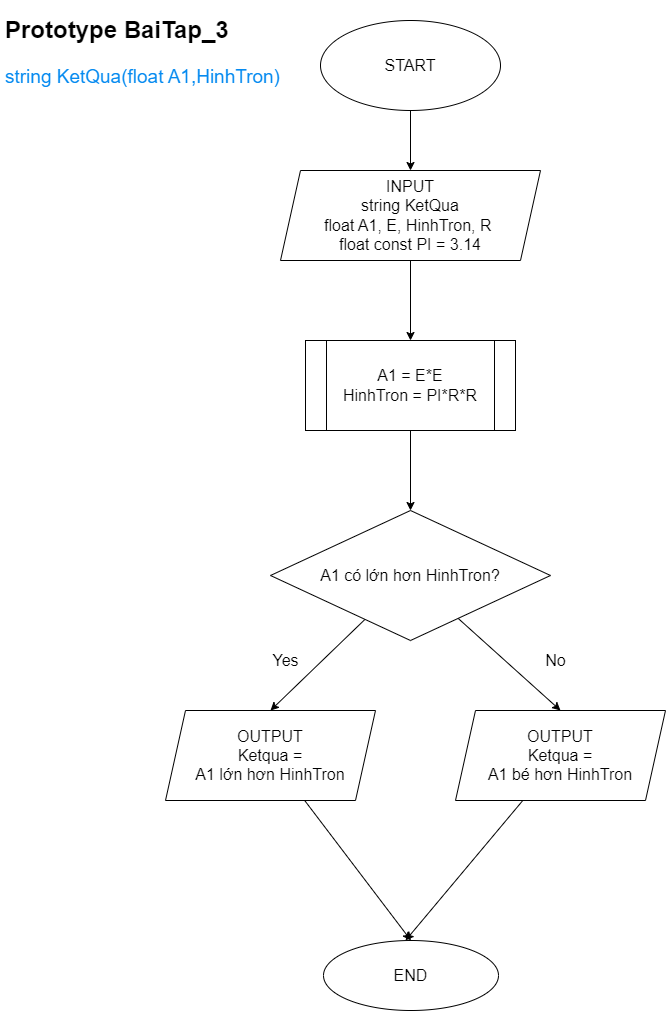
Earlier version of the draw.io export Lab_1/Bai_3/FlowBai_3_1.drawio.png (MinkWungNe/NLNNLT). Source tidied: cells renumbered, new cells last; positions are measured from the earlier drawing's top-left corner, leaving out a move shared by most shapes. Its diagram source:
```xml
<mxGraphModel>
  <root>
    <mxCell id="0" />
    <mxCell id="1" parent="0" />
    <mxCell id="2" style="edgeStyle=none;html=1;entryX=0.5;entryY=0;entryDx=0;entryDy=0;fontSize=16;" parent="1" edge="1" source="3" target="5">
      <mxGeometry relative="1" as="geometry" />
    </mxCell>
    <mxCell id="3" value="START" style="ellipse;whiteSpace=wrap;html=1;fontSize=16;" parent="1" vertex="1">
      <mxGeometry x="320" y="10" width="180" height="90" as="geometry" />
    </mxCell>
    <mxCell id="4" style="edgeStyle=none;html=1;entryX=0.5;entryY=0;entryDx=0;entryDy=0;fontSize=16;" parent="1" edge="1" source="5" target="7">
      <mxGeometry relative="1" as="geometry" />
    </mxCell>
    <mxCell id="5" value="INPUT&lt;br&gt;string KetQua&lt;br&gt;float A1, E, HinhTron, R&amp;nbsp;&lt;br&gt;float const PI = 3.14" style="shape=parallelogram;perimeter=parallelogramPerimeter;whiteSpace=wrap;html=1;fixedSize=1;fontSize=16;" parent="1" vertex="1">
      <mxGeometry x="280" y="160" width="260" height="90" as="geometry" />
    </mxCell>
    <mxCell id="6" style="edgeStyle=none;html=1;fontSize=16;" parent="1" edge="1" source="7" target="10">
      <mxGeometry relative="1" as="geometry" />
    </mxCell>
    <mxCell id="7" value="A1 = E*E&lt;br&gt;HinhTron = PI*R*R" style="shape=process;whiteSpace=wrap;html=1;backgroundOutline=1;fontSize=16;" parent="1" vertex="1">
      <mxGeometry x="305" y="330" width="210" height="90" as="geometry" />
    </mxCell>
    <mxCell id="8" style="edgeStyle=none;html=1;entryX=0.5;entryY=0;entryDx=0;entryDy=0;fontSize=16;" parent="1" edge="1" source="10" target="12">
      <mxGeometry relative="1" as="geometry" />
    </mxCell>
    <mxCell id="9" style="edgeStyle=none;html=1;entryX=0.5;entryY=0;entryDx=0;entryDy=0;fontSize=16;" parent="1" edge="1" source="10" target="14">
      <mxGeometry relative="1" as="geometry" />
    </mxCell>
    <mxCell id="10" value="A1 có lớn hơn HinhTron?" style="rhombus;whiteSpace=wrap;html=1;fontSize=16;" parent="1" vertex="1">
      <mxGeometry x="270" y="500" width="280" height="130" as="geometry" />
    </mxCell>
    <mxCell id="11" style="edgeStyle=none;html=1;entryX=0.5;entryY=0;entryDx=0;entryDy=0;fontSize=16;" parent="1" edge="1" source="12" target="15">
      <mxGeometry relative="1" as="geometry" />
    </mxCell>
    <mxCell id="12" value="OUTPUT&lt;br&gt;Ketqua =&lt;br&gt;A1 lớn hơn HinhTron" style="shape=parallelogram;perimeter=parallelogramPerimeter;whiteSpace=wrap;html=1;fixedSize=1;fontSize=16;" parent="1" vertex="1">
      <mxGeometry x="165" y="700" width="210" height="90" as="geometry" />
    </mxCell>
    <mxCell id="13" style="edgeStyle=none;html=1;fontSize=16;" parent="1" edge="1" source="14">
      <mxGeometry relative="1" as="geometry">
        <mxPoint x="405" y="930" as="targetPoint" />
      </mxGeometry>
    </mxCell>
    <mxCell id="14" value="OUTPUT&lt;br&gt;Ketqua =&lt;br&gt;A1 bé hơn HinhTron" style="shape=parallelogram;perimeter=parallelogramPerimeter;whiteSpace=wrap;html=1;fixedSize=1;fontSize=16;" parent="1" vertex="1">
      <mxGeometry x="455" y="700" width="210" height="90" as="geometry" />
    </mxCell>
    <mxCell id="15" value="END" style="ellipse;whiteSpace=wrap;html=1;fontSize=16;" parent="1" vertex="1">
      <mxGeometry x="323" y="930" width="175" height="70" as="geometry" />
    </mxCell>
    <mxCell id="16" value="Yes" style="text;html=1;align=center;verticalAlign=middle;strokeColor=none;fillColor=none;fontSize=16;" parent="1" vertex="1">
      <mxGeometry x="260" y="635" width="50" height="30" as="geometry" />
    </mxCell>
    <mxCell id="17" value="No" style="text;html=1;align=center;verticalAlign=middle;strokeColor=none;fillColor=none;fontSize=16;" parent="1" vertex="1">
      <mxGeometry x="535" y="635" width="40" height="30" as="geometry" />
    </mxCell>
    <mxCell id="18" value="&lt;h1&gt;&lt;span style=&quot;background-color: initial;&quot;&gt;Prototype BaiTap_3&lt;/span&gt;&lt;/h1&gt;&lt;h1&gt;&lt;font color=&quot;#058af0&quot;&gt;&lt;span style=&quot;font-size: 19px; font-weight: 400;&quot;&gt;string KetQua(float A1,HinhTron)&lt;/span&gt;&lt;/font&gt;&lt;/h1&gt;" style="text;html=1;strokeColor=none;fillColor=none;spacing=5;spacingTop=-20;whiteSpace=wrap;overflow=hidden;rounded=0;" parent="1" vertex="1">
      <mxGeometry width="290" height="90" as="geometry" />
    </mxCell>
  </root>
</mxGraphModel>
```
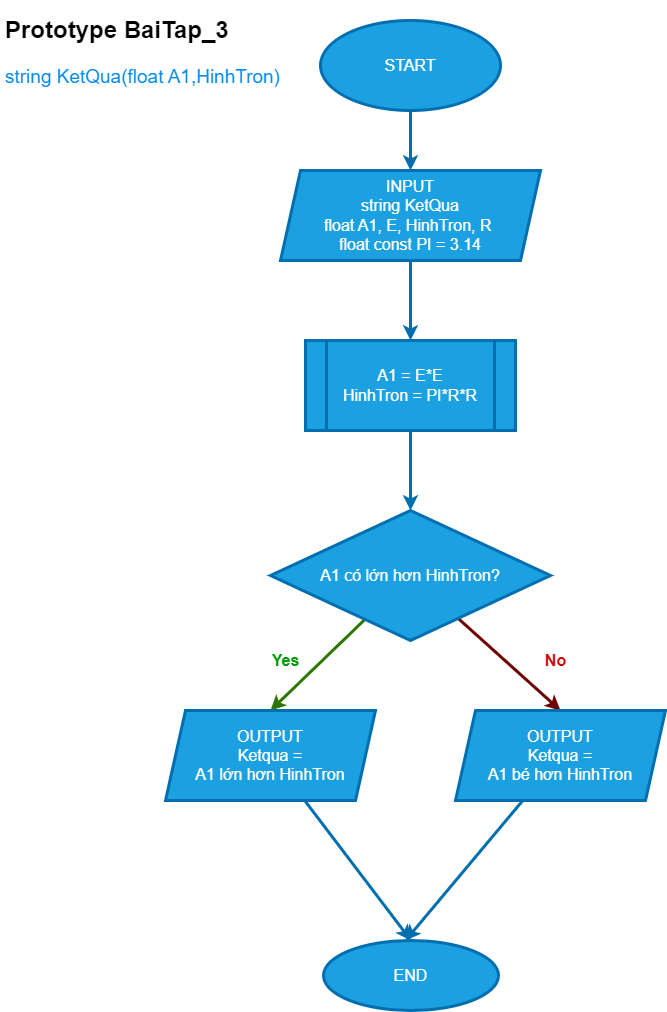
The same file after the commit.

Diff of the diagram source:
```diff
@@ -2,54 +2,54 @@
   <root>
     <mxCell id="0" />
     <mxCell id="1" parent="0" />
-    <mxCell id="2" style="edgeStyle=none;html=1;entryX=0.5;entryY=0;entryDx=0;entryDy=0;fontSize=16;" parent="1" edge="1" source="3" target="5">
+    <mxCell id="2" style="edgeStyle=none;html=1;entryX=0.5;entryY=0;entryDx=0;entryDy=0;fontSize=16;fillColor=#1ba1e2;strokeColor=#006EAF;strokeWidth=3;" parent="1" edge="1" source="3" target="5">
       <mxGeometry relative="1" as="geometry" />
     </mxCell>
-    <mxCell id="3" value="START" style="ellipse;whiteSpace=wrap;html=1;fontSize=16;" parent="1" vertex="1">
+    <mxCell id="3" value="START" style="ellipse;whiteSpace=wrap;html=1;fontSize=16;fillColor=#1ba1e2;fontColor=#ffffff;strokeColor=#006EAF;strokeWidth=3;" parent="1" vertex="1">
       <mxGeometry x="320" y="10" width="180" height="90" as="geometry" />
     </mxCell>
-    <mxCell id="4" style="edgeStyle=none;html=1;entryX=0.5;entryY=0;entryDx=0;entryDy=0;fontSize=16;" parent="1" edge="1" source="5" target="7">
+    <mxCell id="4" style="edgeStyle=none;html=1;entryX=0.5;entryY=0;entryDx=0;entryDy=0;fontSize=16;fillColor=#1ba1e2;strokeColor=#006EAF;strokeWidth=3;" parent="1" edge="1" source="5" target="7">
       <mxGeometry relative="1" as="geometry" />
     </mxCell>
-    <mxCell id="5" value="INPUT&lt;br&gt;string KetQua&lt;br&gt;float A1, E, HinhTron, R&amp;nbsp;&lt;br&gt;float const PI = 3.14" style="shape=parallelogram;perimeter=parallelogramPerimeter;whiteSpace=wrap;html=1;fixedSize=1;fontSize=16;" parent="1" vertex="1">
+    <mxCell id="5" value="INPUT&lt;br&gt;string KetQua&lt;br&gt;float A1, E, HinhTron, R&amp;nbsp;&lt;br&gt;float const PI = 3.14" style="shape=parallelogram;perimeter=parallelogramPerimeter;whiteSpace=wrap;html=1;fixedSize=1;fontSize=16;fillColor=#1ba1e2;fontColor=#ffffff;strokeColor=#006EAF;strokeWidth=3;" parent="1" vertex="1">
       <mxGeometry x="280" y="160" width="260" height="90" as="geometry" />
     </mxCell>
-    <mxCell id="6" style="edgeStyle=none;html=1;fontSize=16;" parent="1" edge="1" source="7" target="10">
+    <mxCell id="6" style="edgeStyle=none;html=1;fontSize=16;fillColor=#1ba1e2;strokeColor=#006EAF;strokeWidth=3;" parent="1" edge="1" source="7" target="10">
       <mxGeometry relative="1" as="geometry" />
     </mxCell>
-    <mxCell id="7" value="A1 = E*E&lt;br&gt;HinhTron = PI*R*R" style="shape=process;whiteSpace=wrap;html=1;backgroundOutline=1;fontSize=16;" parent="1" vertex="1">
+    <mxCell id="7" value="A1 = E*E&lt;br&gt;HinhTron = PI*R*R" style="shape=process;whiteSpace=wrap;html=1;backgroundOutline=1;fontSize=16;fillColor=#1ba1e2;fontColor=#ffffff;strokeColor=#006EAF;strokeWidth=3;" parent="1" vertex="1">
       <mxGeometry x="305" y="330" width="210" height="90" as="geometry" />
     </mxCell>
-    <mxCell id="8" style="edgeStyle=none;html=1;entryX=0.5;entryY=0;entryDx=0;entryDy=0;fontSize=16;" parent="1" edge="1" source="10" target="12">
+    <mxCell id="8" style="edgeStyle=none;html=1;entryX=0.5;entryY=0;entryDx=0;entryDy=0;fontSize=16;fillColor=#60a917;strokeColor=#2D7600;strokeWidth=3;" parent="1" edge="1" source="10" target="12">
       <mxGeometry relative="1" as="geometry" />
     </mxCell>
-    <mxCell id="9" style="edgeStyle=none;html=1;entryX=0.5;entryY=0;entryDx=0;entryDy=0;fontSize=16;" parent="1" edge="1" source="10" target="14">
+    <mxCell id="9" style="edgeStyle=none;html=1;entryX=0.5;entryY=0;entryDx=0;entryDy=0;fontSize=16;fillColor=#a20025;strokeColor=#6F0000;strokeWidth=3;" parent="1" edge="1" source="10" target="14">
       <mxGeometry relative="1" as="geometry" />
     </mxCell>
-    <mxCell id="10" value="A1 có lớn hơn HinhTron?" style="rhombus;whiteSpace=wrap;html=1;fontSize=16;" parent="1" vertex="1">
+    <mxCell id="10" value="A1 có lớn hơn HinhTron?" style="rhombus;whiteSpace=wrap;html=1;fontSize=16;fillColor=#1ba1e2;fontColor=#ffffff;strokeColor=#006EAF;strokeWidth=3;" parent="1" vertex="1">
       <mxGeometry x="270" y="500" width="280" height="130" as="geometry" />
     </mxCell>
-    <mxCell id="11" style="edgeStyle=none;html=1;entryX=0.5;entryY=0;entryDx=0;entryDy=0;fontSize=16;" parent="1" edge="1" source="12" target="15">
+    <mxCell id="11" style="edgeStyle=none;html=1;entryX=0.5;entryY=0;entryDx=0;entryDy=0;fontSize=16;fillColor=#1ba1e2;strokeColor=#006EAF;strokeWidth=3;" parent="1" edge="1" source="12" target="15">
       <mxGeometry relative="1" as="geometry" />
     </mxCell>
-    <mxCell id="12" value="OUTPUT&lt;br&gt;Ketqua =&lt;br&gt;A1 lớn hơn HinhTron" style="shape=parallelogram;perimeter=parallelogramPerimeter;whiteSpace=wrap;html=1;fixedSize=1;fontSize=16;" parent="1" vertex="1">
+    <mxCell id="12" value="OUTPUT&lt;br&gt;Ketqua =&lt;br&gt;A1 lớn hơn HinhTron" style="shape=parallelogram;perimeter=parallelogramPerimeter;whiteSpace=wrap;html=1;fixedSize=1;fontSize=16;fillColor=#1ba1e2;fontColor=#ffffff;strokeColor=#006EAF;strokeWidth=3;" parent="1" vertex="1">
       <mxGeometry x="165" y="700" width="210" height="90" as="geometry" />
     </mxCell>
-    <mxCell id="13" style="edgeStyle=none;html=1;fontSize=16;" parent="1" edge="1" source="14">
+    <mxCell id="13" style="edgeStyle=none;html=1;fontSize=16;fillColor=#1ba1e2;strokeColor=#006EAF;strokeWidth=3;" parent="1" edge="1" source="14">
       <mxGeometry relative="1" as="geometry">
         <mxPoint x="405" y="930" as="targetPoint" />
       </mxGeometry>
     </mxCell>
-    <mxCell id="14" value="OUTPUT&lt;br&gt;Ketqua =&lt;br&gt;A1 bé hơn HinhTron" style="shape=parallelogram;perimeter=parallelogramPerimeter;whiteSpace=wrap;html=1;fixedSize=1;fontSize=16;" parent="1" vertex="1">
+    <mxCell id="14" value="OUTPUT&lt;br&gt;Ketqua =&lt;br&gt;A1 bé hơn HinhTron" style="shape=parallelogram;perimeter=parallelogramPerimeter;whiteSpace=wrap;html=1;fixedSize=1;fontSize=16;fillColor=#1ba1e2;fontColor=#ffffff;strokeColor=#006EAF;strokeWidth=3;" parent="1" vertex="1">
       <mxGeometry x="455" y="700" width="210" height="90" as="geometry" />
     </mxCell>
-    <mxCell id="15" value="END" style="ellipse;whiteSpace=wrap;html=1;fontSize=16;" parent="1" vertex="1">
+    <mxCell id="15" value="END" style="ellipse;whiteSpace=wrap;html=1;fontSize=16;fillColor=#1ba1e2;fontColor=#ffffff;strokeColor=#006EAF;strokeWidth=3;" parent="1" vertex="1">
       <mxGeometry x="323" y="930" width="175" height="70" as="geometry" />
     </mxCell>
-    <mxCell id="16" value="Yes" style="text;html=1;align=center;verticalAlign=middle;strokeColor=none;fillColor=none;fontSize=16;" parent="1" vertex="1">
+    <mxCell id="16" value="Yes" style="text;html=1;align=center;verticalAlign=middle;strokeColor=none;fillColor=none;fontSize=16;fontColor=#009900;fontStyle=1;" parent="1" vertex="1">
       <mxGeometry x="260" y="635" width="50" height="30" as="geometry" />
     </mxCell>
-    <mxCell id="17" value="No" style="text;html=1;align=center;verticalAlign=middle;strokeColor=none;fillColor=none;fontSize=16;" parent="1" vertex="1">
+    <mxCell id="17" value="No" style="text;html=1;align=center;verticalAlign=middle;strokeColor=none;fillColor=none;fontSize=16;fontStyle=1;fontColor=#CC0000;" parent="1" vertex="1">
       <mxGeometry x="535" y="635" width="40" height="30" as="geometry" />
     </mxCell>
     <mxCell id="18" value="&lt;h1&gt;&lt;span style=&quot;background-color: initial;&quot;&gt;Prototype BaiTap_3&lt;/span&gt;&lt;/h1&gt;&lt;h1&gt;&lt;font color=&quot;#058af0&quot;&gt;&lt;span style=&quot;font-size: 19px; font-weight: 400;&quot;&gt;string KetQua(float A1,HinhTron)&lt;/span&gt;&lt;/font&gt;&lt;/h1&gt;" style="text;html=1;strokeColor=none;fillColor=none;spacing=5;spacingTop=-20;whiteSpace=wrap;overflow=hidden;rounded=0;" parent="1" vertex="1">
```
